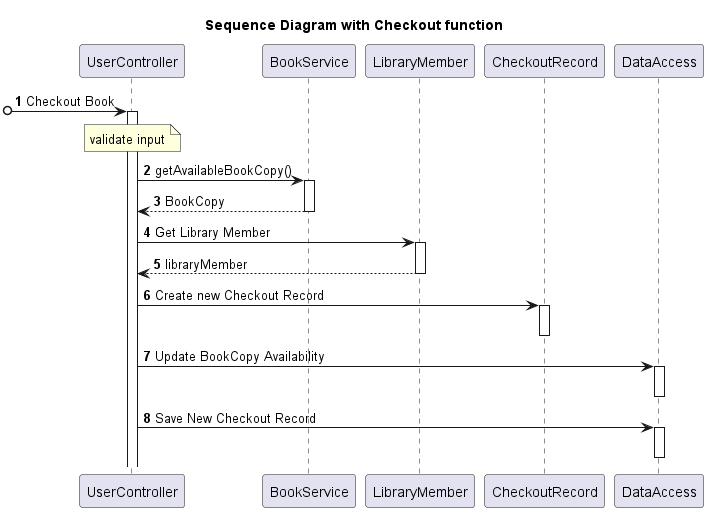
Above: mpp-cs401/src/midterm/diagram/Sequence_Diagram_with_Checkout_function.png in anhvu2889/miu-cs401-mpp (PlantUML), before the change.
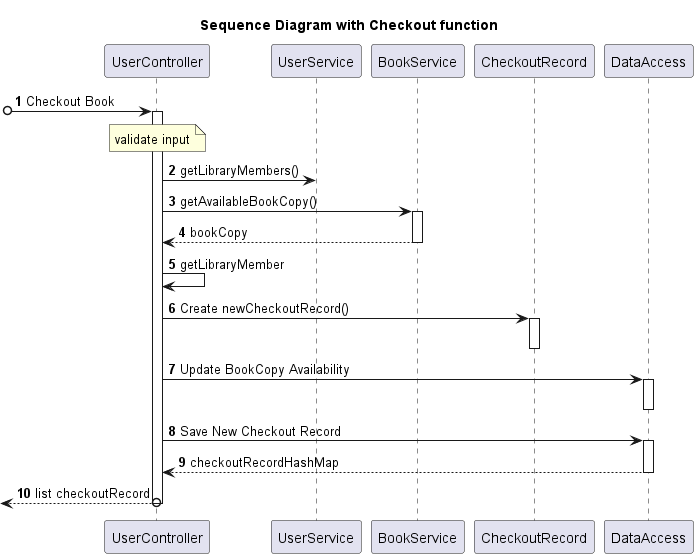
After the change.

The edit, as a diff of the source:
```diff
@@ -5,28 +5,29 @@
 autonumber
 
 participant "UserController" as uc
+participant "UserService" as us
 participant "BookService" as bs
-participant "LibraryMember" as lm
 participant "CheckoutRecord" as cr
 participant "DataAccess" as da
 
 [o-> uc++: Checkout Book
 
 note over uc: validate input
+uc -> us: getLibraryMembers()
+uc -> bs++: getAvailableBookCopy()
+return bookCopy
 
-uc -> bs++: getAvailableBookCopy()
-return BookCopy
+uc -> uc: getLibraryMember
 
-uc -> lm++: Get Library Member
-return libraryMember
-
-uc -> cr++: Create new Checkout Record
-deactivate
+uc -> cr++: Create newCheckoutRecord()
+deactivate cr
 
 uc -> da++: Update BookCopy Availability
-deactivate
+deactivate da
 
 uc -> da++: Save New Checkout Record
-deactivate
+return checkoutRecordHashMap
+
+return list checkoutRecord
 
 @enduml
```
